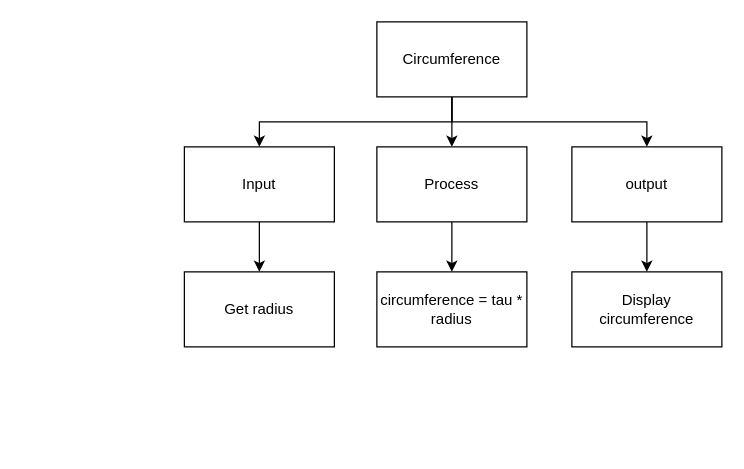
Earlier version of the draw.io diagram page "Top Down" (1 of 2) of design.drawio (Samuel-Webster-178/ICS3U-Unit4-Unit4-05-Python). Source tidied: cells renumbered, new cells numbered last; positions are measured from the earlier drawing's top-left corner, leaving out a move shared by most shapes. Both pictures are drawn from the tidied source at 125%, with x=0, y=0 at pixel (184, 21).
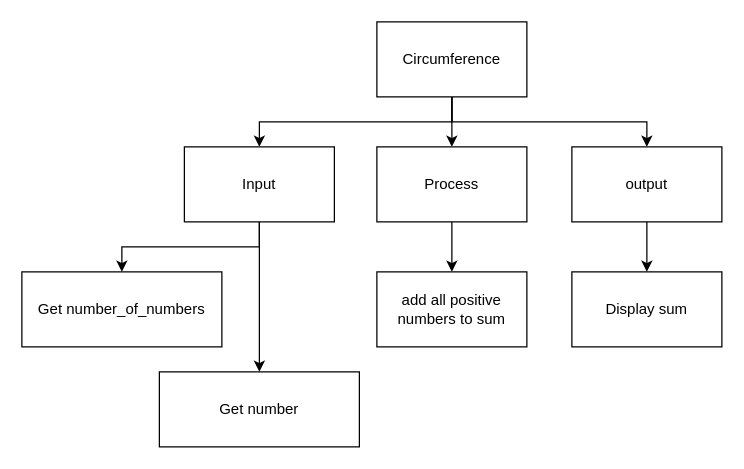
The same diagram, later.

The change refers to these unchanged cells:
```xml
<mxCell id="7" value="Input" style="rounded=0;whiteSpace=wrap;html=1;" parent="1" vertex="1">
  <mxGeometry y="100" width="120" height="60" as="geometry" />
</mxCell>
```

What changed in the source:
```diff
@@
+    <mxCell id="15" style="edgeStyle=orthogonalEdgeStyle;rounded=0;html=1;" parent="1" edge="1" source="7">
+      <mxGeometry relative="1" as="geometry">
+        <mxPoint x="60" y="280" as="targetPoint" />
+      </mxGeometry>
+    </mxCell>
@@
-    <mxCell id="12" value="Get radius" style="rounded=0;whiteSpace=wrap;html=1;" parent="1" vertex="1">
-      <mxGeometry y="200" width="120" height="60" as="geometry" />
+    <mxCell id="12" value="Get number_of_numbers" style="rounded=0;whiteSpace=wrap;html=1;" parent="1" vertex="1">
+      <mxGeometry x="-130" y="200" width="160" height="60" as="geometry" />
     </mxCell>
-    <mxCell id="13" value="circumference = tau * radius" style="rounded=0;whiteSpace=wrap;html=1;" parent="1" vertex="1">
+    <mxCell id="13" value="add all positive numbers to sum" style="rounded=0;whiteSpace=wrap;html=1;" parent="1" vertex="1">
       <mxGeometry x="154" y="200" width="120" height="60" as="geometry" />
     </mxCell>
-    <mxCell id="14" value="Display circumference" style="rounded=0;whiteSpace=wrap;html=1;" parent="1" vertex="1">
+    <mxCell id="14" value="Display sum" style="rounded=0;whiteSpace=wrap;html=1;" parent="1" vertex="1">
       <mxGeometry x="310" y="200" width="120" height="60" as="geometry" />
     </mxCell>
+    <mxCell id="16" value="Get number" style="rounded=0;whiteSpace=wrap;html=1;" parent="1" vertex="1">
+      <mxGeometry x="-20" y="280" width="160" height="60" as="geometry" />
+    </mxCell>
```
